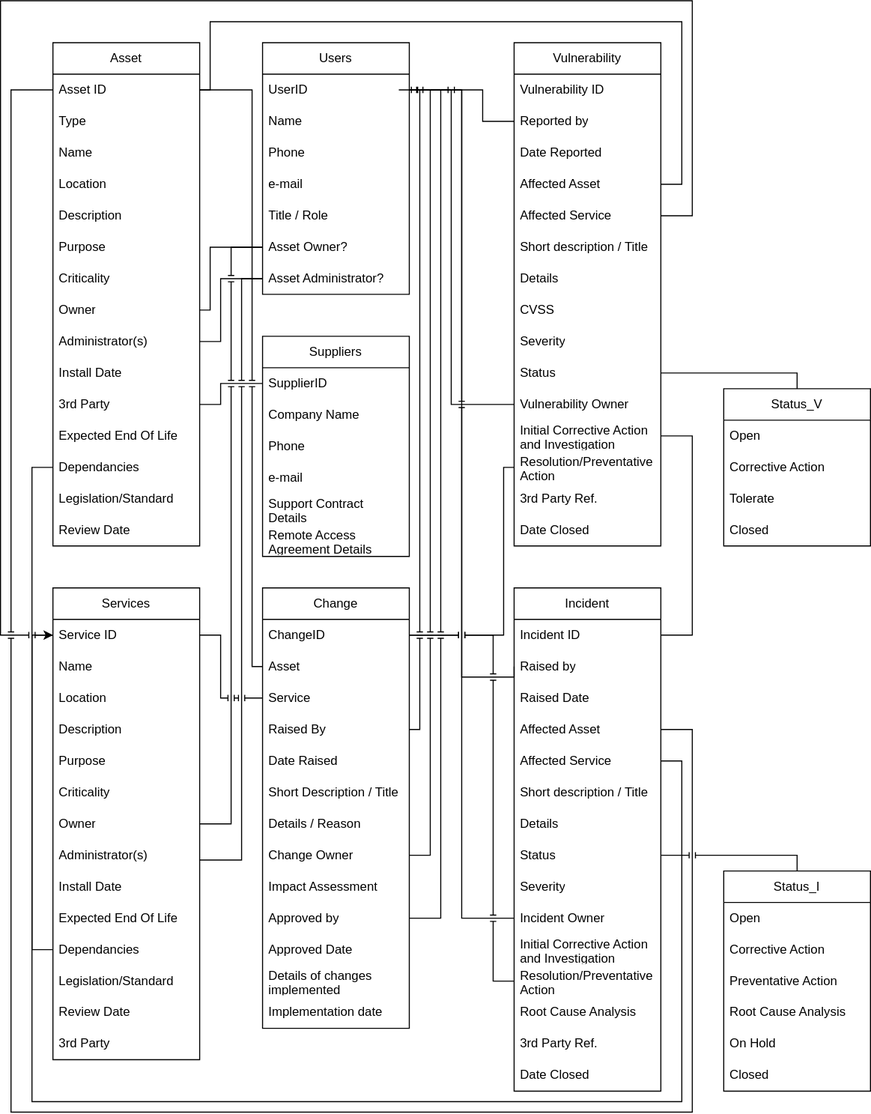
Above: ITSM/Assignment1/Assets/CMDB_v3.svg in MCollins87/MSC_EnterpriseIT (draw.io), before the change. Source tidied: cells renumbered, new cells last; positions are measured from the earlier drawing's top-left corner, leaving out a move shared by most shapes.
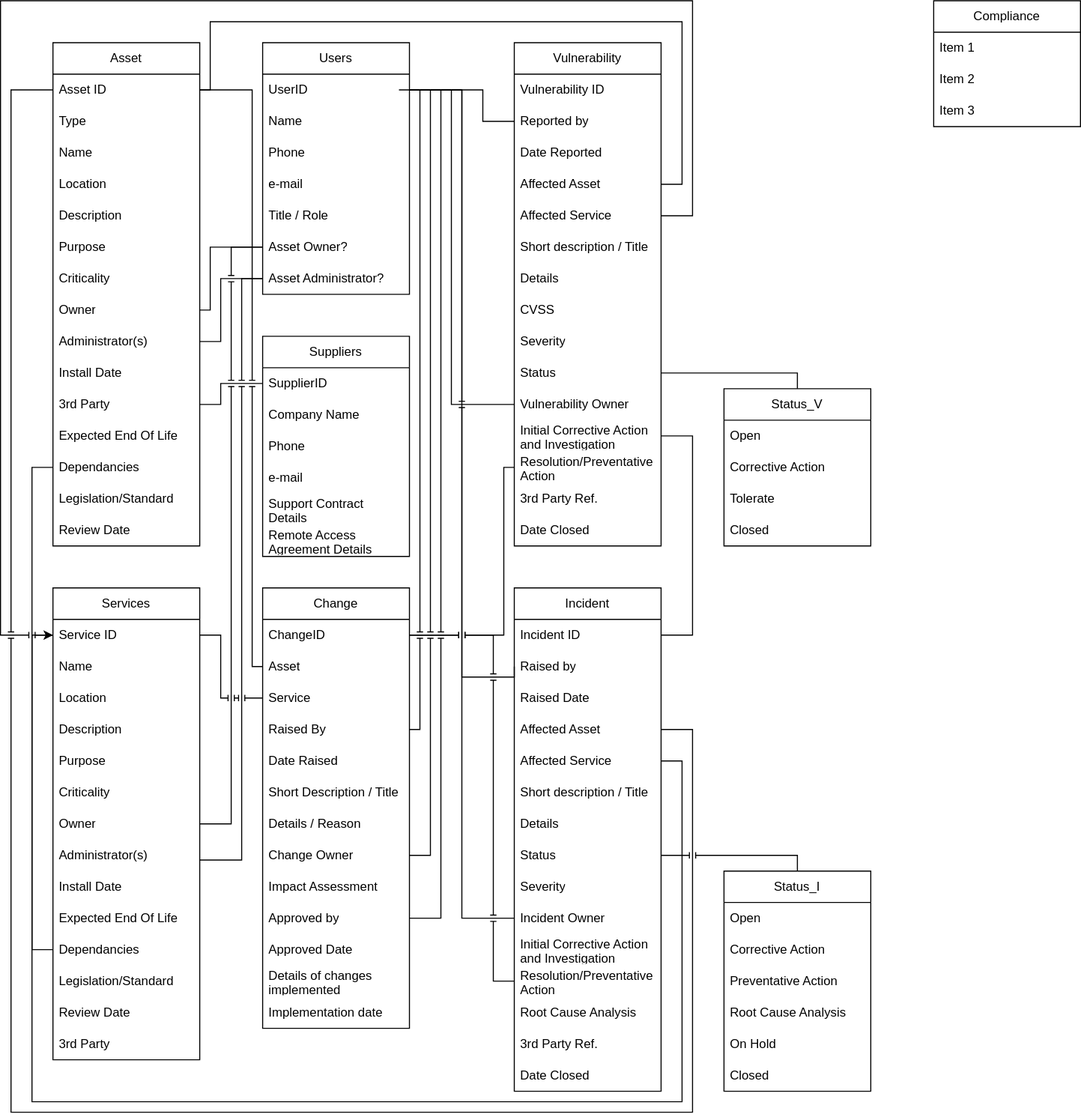
Above is the later version.

Change to the diagram source:
```diff
@@ -509,5 +509,17 @@
         </Array>
       </mxGeometry>
     </mxCell>
+    <mxCell id="130" value="Compliance" style="swimlane;fontStyle=0;horizontal=1;startSize=30;whiteSpace=wrap;html=1;" parent="1" vertex="1">
+      <mxGeometry x="890" width="140" height="120" as="geometry" />
+    </mxCell>
+    <mxCell id="131" value="Item 1" style="text;strokeColor=none;fillColor=none;align=left;verticalAlign=middle;spacingLeft=4;spacingRight=4;overflow=hidden;whiteSpace=wrap;html=1;" parent="130" vertex="1">
+      <mxGeometry y="30" width="140" height="30" as="geometry" />
+    </mxCell>
+    <mxCell id="132" value="Item 2" style="text;strokeColor=none;fillColor=none;align=left;verticalAlign=middle;spacingLeft=4;spacingRight=4;overflow=hidden;whiteSpace=wrap;html=1;" parent="130" vertex="1">
+      <mxGeometry y="60" width="140" height="30" as="geometry" />
+    </mxCell>
+    <mxCell id="133" value="Item 3" style="text;strokeColor=none;fillColor=none;align=left;verticalAlign=middle;spacingLeft=4;spacingRight=4;overflow=hidden;whiteSpace=wrap;html=1;" parent="130" vertex="1">
+      <mxGeometry y="90" width="140" height="30" as="geometry" />
+    </mxCell>
   </root>
 </mxGraphModel>
```
